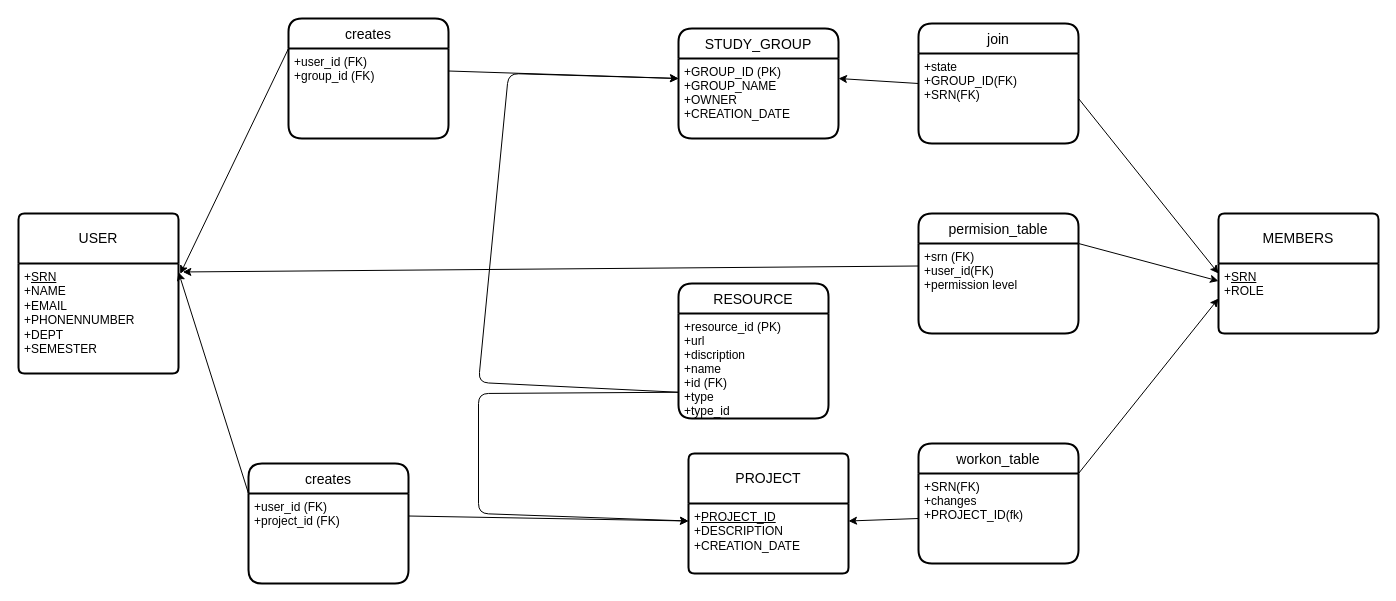
The draw.io diagram relational_schame.drawio in bvgaurav4/COVITEAM, before the edit. Source tidied: cells renumbered, new cells numbered last; positions are measured from the earlier drawing's top-left corner, leaving out a move shared by most shapes. Both pictures are drawn from the tidied source at 100%, with x=0, y=0 at pixel (18, 18).
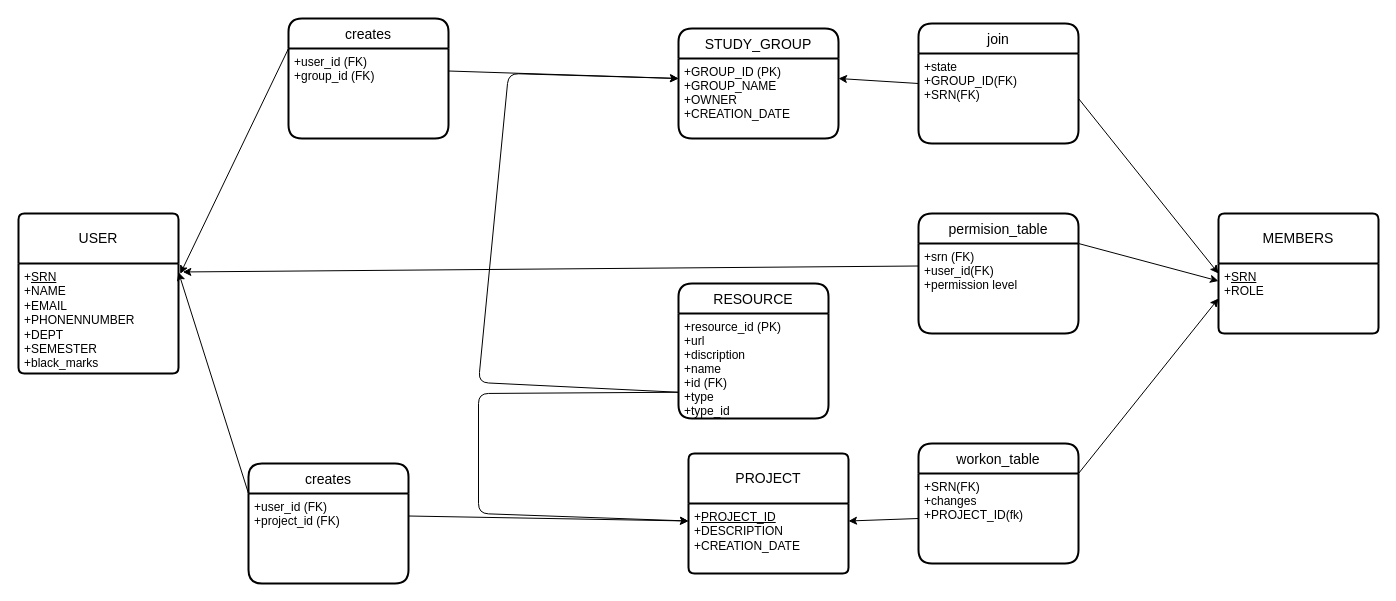
After the change.

Commit message (it also covers changes not shown here):
black_mark

The change refers to these unchanged cells:
```xml
<mxCell id="6" value="USER" style="swimlane;horizontal=1;startSize=50;rounded=1;fontSize=14;fontStyle=0;strokeWidth=2;shadow=0;dashed=0;align=center;arcSize=4;whiteSpace=wrap;html=1;" parent="1" vertex="1">
  <mxGeometry y="195" width="160" height="160" as="geometry" />
</mxCell>
```

Diff of the diagram source:
```diff
@@
-    <mxCell id="7" value="+&lt;u&gt;SRN&lt;/u&gt;&lt;br&gt;+NAME&lt;br&gt;+EMAIL&lt;br&gt;+PHONENNUMBER&lt;br&gt;+DEPT&lt;br&gt;+SEMESTER" style="align=left;strokeColor=none;fillColor=none;spacingLeft=4;fontSize=12;verticalAlign=top;html=1;" parent="6" vertex="1">
+    <mxCell id="7" value="+&lt;u&gt;SRN&lt;/u&gt;&lt;br&gt;+NAME&lt;br&gt;+EMAIL&lt;br&gt;+PHONENNUMBER&lt;br&gt;+DEPT&lt;br&gt;+SEMESTER&lt;br&gt;+black_marks" style="align=left;strokeColor=none;fillColor=none;spacingLeft=4;fontSize=12;verticalAlign=top;html=1;" parent="6" vertex="1">
       <mxGeometry y="50" width="160" height="110" as="geometry" />
     </mxCell>
```
